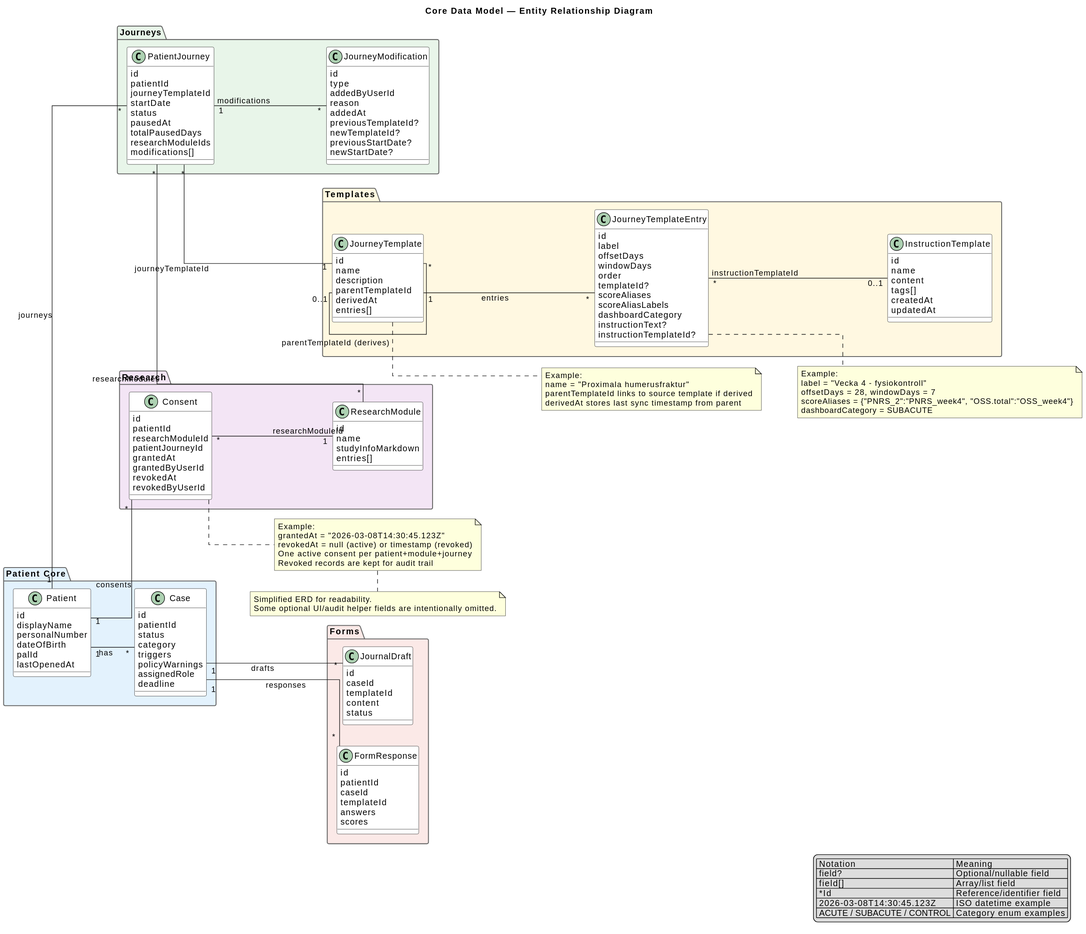
Earlier version of the PlantUML export docs/diagrams/core-data-model.svg (gforge/DUK).
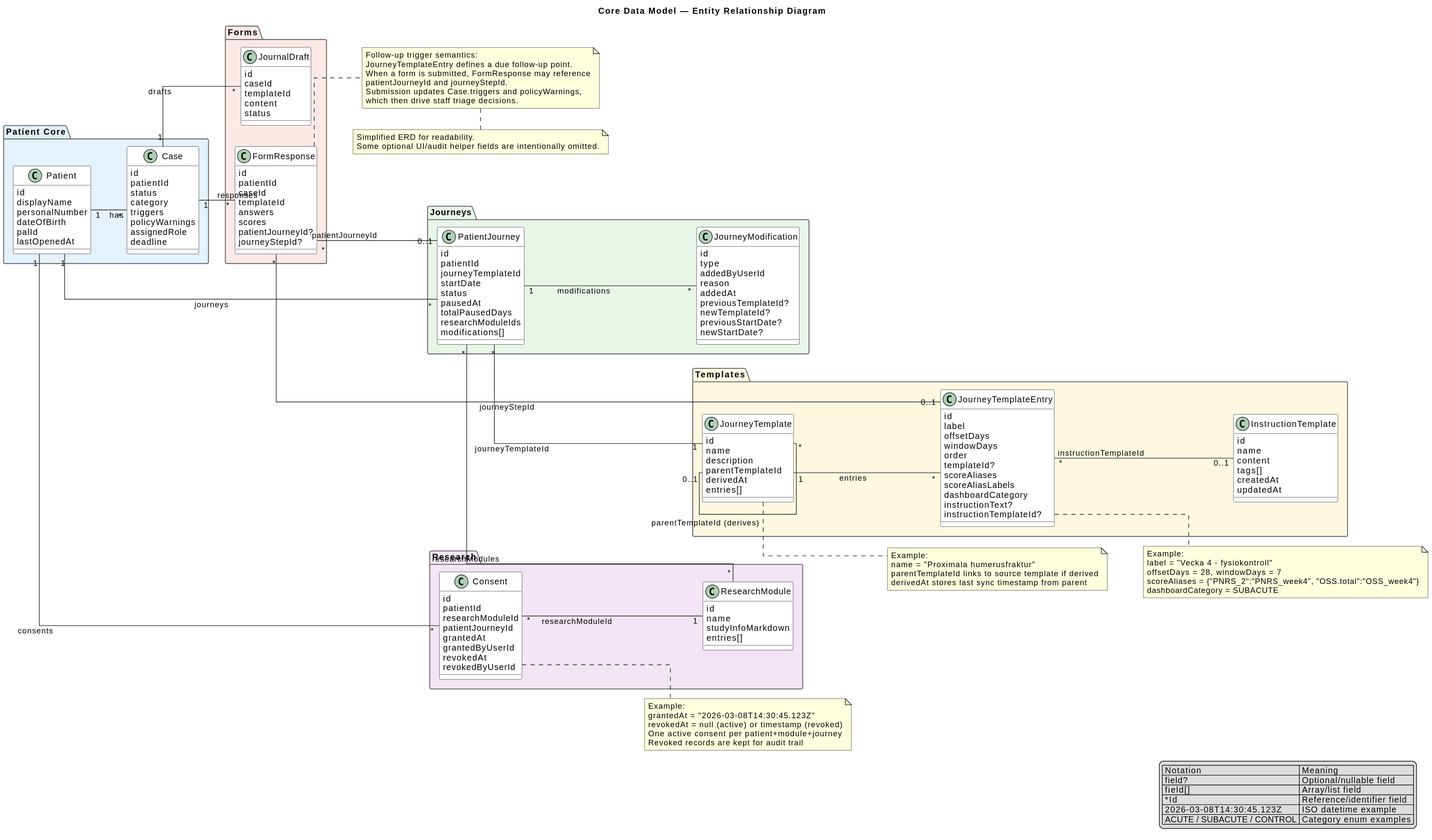
The same diagram one commit later.

Commit message:
Refactor code structure for improved readability and maintainability

The edit, as a diff of the source:
```diff
@@ -131,6 +131,8 @@
   templateId
   answers
   scores
+  patientJourneyId?
+  journeyStepId?
 }
 
 class JournalDraft {
@@ -149,6 +151,9 @@
 
 Case "1" -- "*" FormResponse : responses
 Case "1" -- "*" JournalDraft : drafts
+
+FormResponse "*" -- "0..1" PatientJourney : patientJourneyId
+FormResponse "*" -- "0..1" JourneyTemplateEntry : journeyStepId
 
 JourneyTemplate "1" -- "*" JourneyTemplateEntry : entries
 JourneyTemplate "0..1" -- "*" JourneyTemplate : parentTemplateId (derives)
@@ -193,6 +198,15 @@
   Revoked records are kept for audit trail
 end note
 
+note right of FormResponse
+  Follow-up trigger semantics:
+  JourneyTemplateEntry defines a due follow-up point.
+  When a form is submitted, FormResponse may reference
+  patientJourneyId and journeyStepId.
+  Submission updates Case.triggers and policyWarnings,
+  which then drive staff triage decisions.
+end note
+
 note bottom
   Simplified ERD for readability.
   Some optional UI/audit helper fields are intentionally omitted.
```
